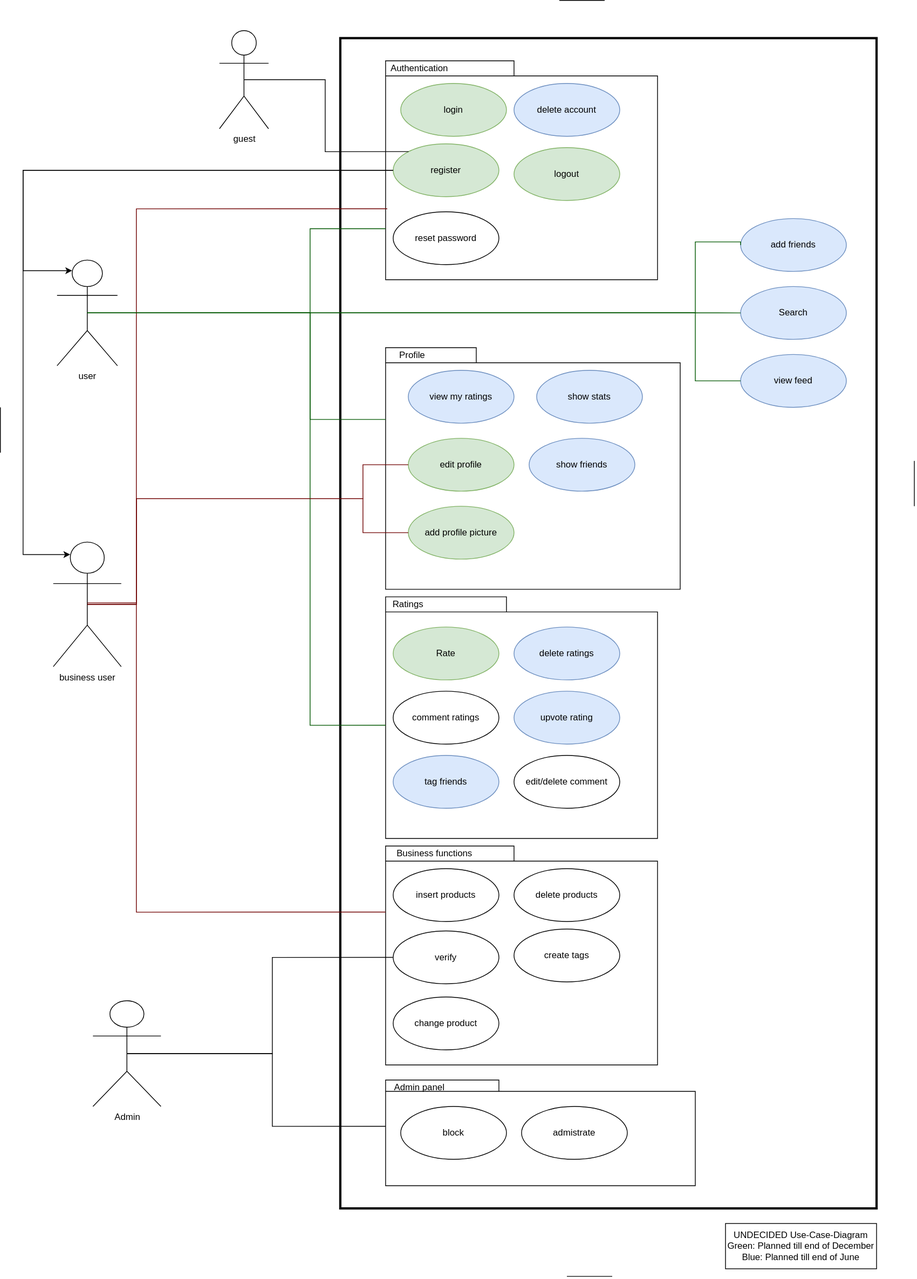
The draw.io diagram docs/UseCaseDiagram.svg in paul-schweng/UNDECIDED, before a commit. Source tidied: cells renumbered, new cells last; positions are measured from the earlier drawing's top-left corner, leaving out a move shared by most shapes.
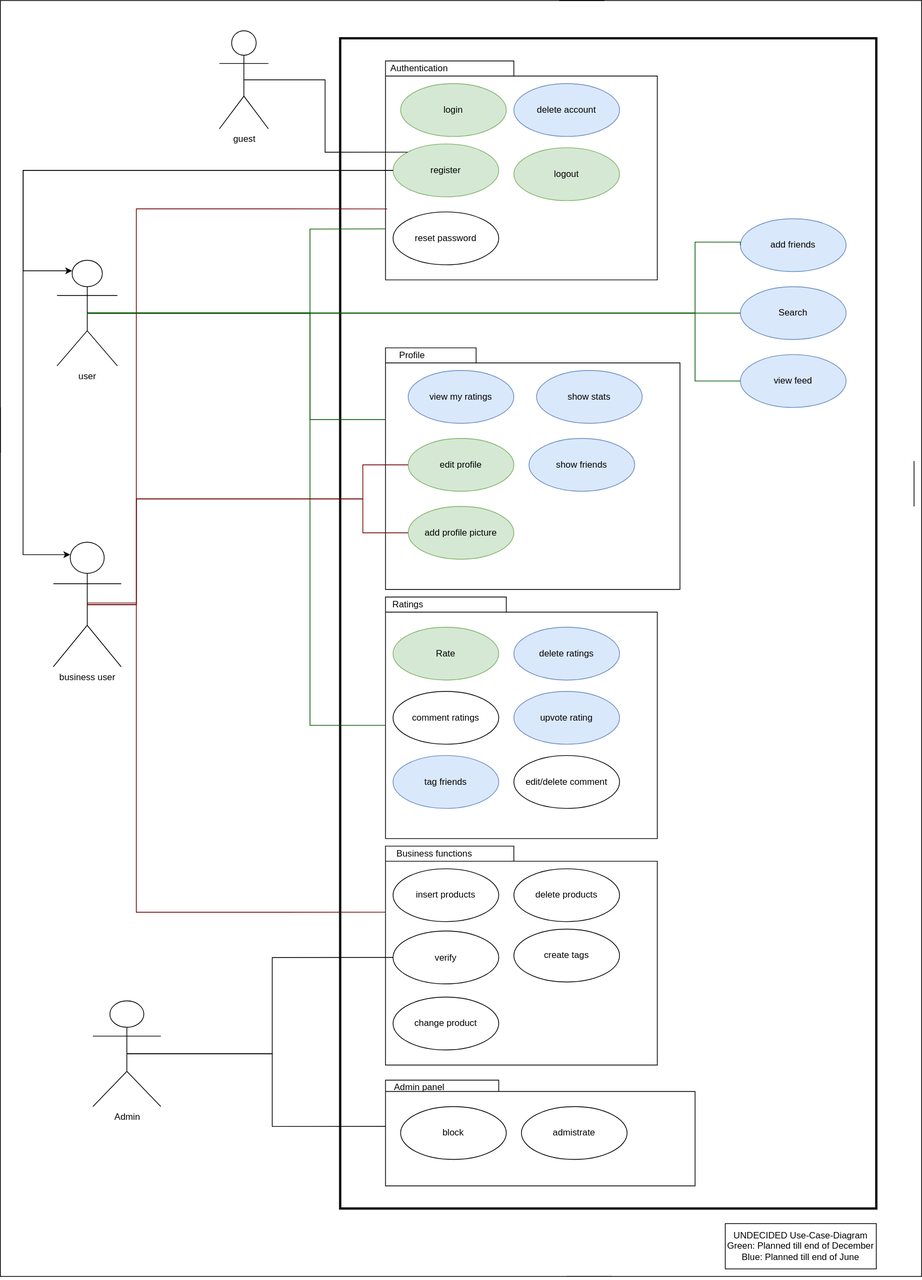
Above is the later version.

Change to the diagram source:
```diff
@@ -2,6 +2,9 @@
   <root>
     <mxCell id="0" />
     <mxCell id="1" parent="0" />
+    <mxCell id="63" style="rounded=0;whiteSpace=wrap;html=1;" parent="1" vertex="1">
+      <mxGeometry width="1220" height="1690" as="geometry" />
+    </mxCell>
     <mxCell id="2" style="html=1;strokeWidth=3;" parent="1" vertex="1">
       <mxGeometry x="450" y="50" width="710" height="1550" as="geometry" />
     </mxCell>
```
